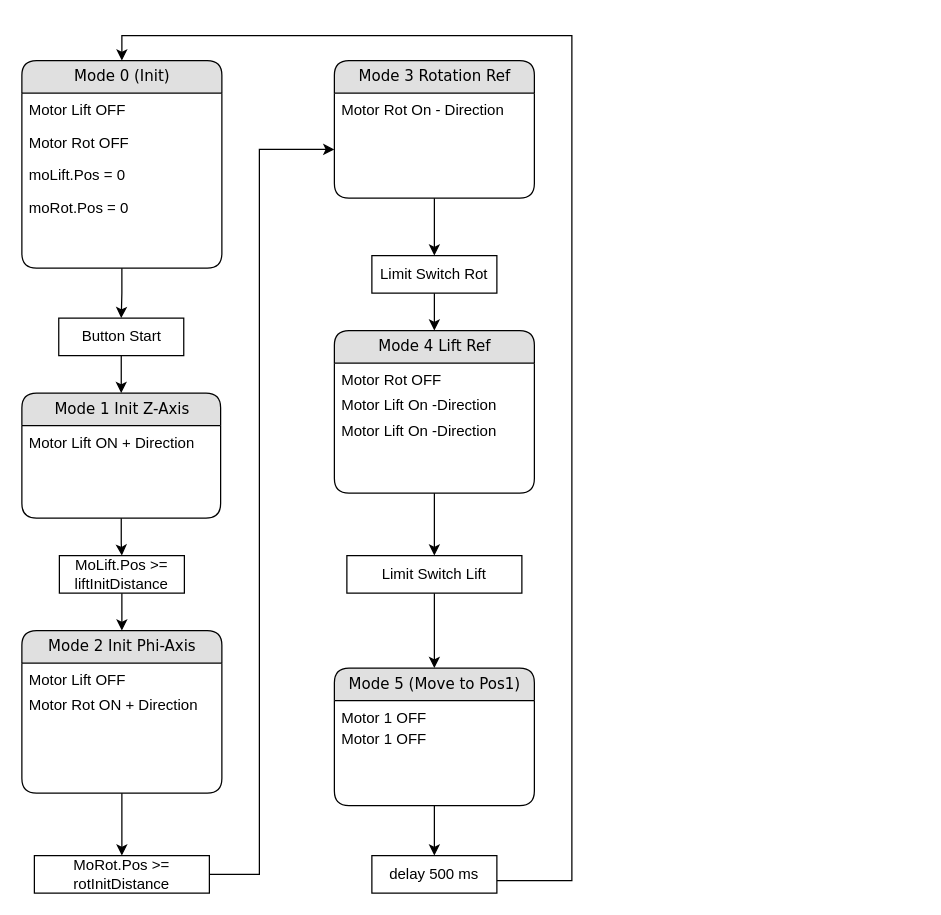
Above: Software/Flowchart_crane_control.drawio in valnim/PMS2022 (draw.io), before the change. Source tidied: cells renumbered, new cells numbered last; positions are measured from the earlier drawing's top-left corner, leaving out a move shared by most shapes. Both pictures are drawn from the tidied source at 125%, with x=0, y=0 at pixel (21, 35).
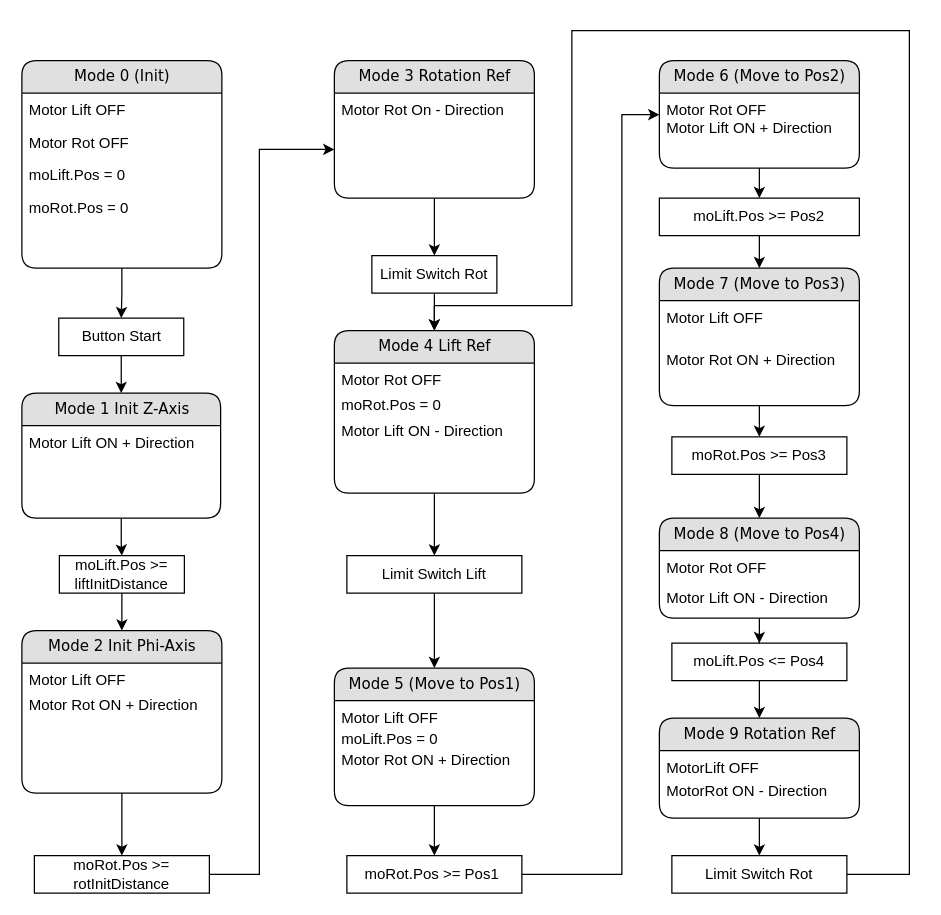
After the change.

Commit message:
Flowchart Crane Control V2

The change refers to these unchanged cells:
```xml
<mxCell id="3" value="Mode 0 (Init)" style="swimlane;html=1;fontStyle=0;horizontal=1;startSize=26;fillColor=#e0e0e0;swimlaneFillColor=#ffffff;align=center;rounded=1;shadow=0;comic=0;labelBackgroundColor=none;strokeWidth=1;fontFamily=Verdana;fontSize=12;" parent="2" vertex="1">
  <mxGeometry width="160" height="166" as="geometry" />
</mxCell>
<mxCell id="28" value="Mode 4 Lift Ref" style="swimlane;html=1;fontStyle=0;horizontal=1;startSize=26;fillColor=#e0e0e0;swimlaneFillColor=#ffffff;align=center;rounded=1;shadow=0;comic=0;labelBackgroundColor=none;strokeWidth=1;fontFamily=Verdana;fontSize=12;" parent="27" vertex="1">
  <mxGeometry width="160" height="130" as="geometry" />
</mxCell>
<mxCell id="35" value="Mode 5 (Move to Pos1)" style="swimlane;html=1;fontStyle=0;horizontal=1;startSize=26;fillColor=#e0e0e0;swimlaneFillColor=#ffffff;align=center;rounded=1;shadow=0;comic=0;labelBackgroundColor=none;strokeWidth=1;fontFamily=Verdana;fontSize=12;" parent="34" vertex="1">
  <mxGeometry width="160" height="110" as="geometry" />
</mxCell>
```

The edit, as a diff of the source:
```diff
@@
-    <mxCell id="13" value="MoLift.Pos &amp;gt;= liftInitDistance" style="rounded=0;whiteSpace=wrap;html=1;" parent="1" vertex="1">
+    <mxCell id="13" value="moLift.Pos &amp;gt;= liftInitDistance" style="rounded=0;whiteSpace=wrap;html=1;" parent="1" vertex="1">
       <mxGeometry x="30" y="416" width="100" height="30" as="geometry" />
     </mxCell>
@@
-    <mxCell id="18" value="MoRot.Pos &amp;gt;= rotInitDistance" style="rounded=0;whiteSpace=wrap;html=1;" parent="1" vertex="1">
+    <mxCell id="18" value="moRot.Pos &amp;gt;= rotInitDistance" style="rounded=0;whiteSpace=wrap;html=1;" parent="1" vertex="1">
       <mxGeometry x="10" y="656" width="140" height="30" as="geometry" />
     </mxCell>
@@
-    <mxCell id="30" value="Motor Lift On -Direction" style="text;html=1;strokeColor=none;fillColor=none;spacingLeft=4;spacingRight=4;whiteSpace=wrap;overflow=hidden;" parent="28" vertex="1">
+    <mxCell id="30" value="moRot.Pos = 0" style="text;html=1;strokeColor=none;fillColor=none;spacingLeft=4;spacingRight=4;whiteSpace=wrap;overflow=hidden;" parent="28" vertex="1">
       <mxGeometry y="46.4" width="160" height="20.4" as="geometry" />
     </mxCell>
-    <mxCell id="31" value="Motor Lift On -Direction" style="text;html=1;strokeColor=none;fillColor=none;spacingLeft=4;spacingRight=4;whiteSpace=wrap;overflow=hidden;" parent="28" vertex="1">
+    <mxCell id="31" value="Motor Lift ON - Direction" style="text;html=1;strokeColor=none;fillColor=none;spacingLeft=4;spacingRight=4;whiteSpace=wrap;overflow=hidden;" parent="28" vertex="1">
       <mxGeometry y="66.7" width="160" height="20.4" as="geometry" />
     </mxCell>
@@
-    <mxCell id="36" value="Motor 1 OFF" style="text;html=1;strokeColor=none;fillColor=none;spacingLeft=4;spacingRight=4;whiteSpace=wrap;overflow=hidden;" parent="35" vertex="1">
+    <mxCell id="36" value="Motor Lift OFF" style="text;html=1;strokeColor=none;fillColor=none;spacingLeft=4;spacingRight=4;whiteSpace=wrap;overflow=hidden;" parent="35" vertex="1">
       <mxGeometry y="26" width="160" height="17.2" as="geometry" />
     </mxCell>
-    <mxCell id="37" value="Motor 1 OFF" style="text;html=1;strokeColor=none;fillColor=none;spacingLeft=4;spacingRight=4;whiteSpace=wrap;overflow=hidden;" parent="35" vertex="1">
+    <mxCell id="37" value="moLift.Pos = 0" style="text;html=1;strokeColor=none;fillColor=none;spacingLeft=4;spacingRight=4;whiteSpace=wrap;overflow=hidden;" parent="35" vertex="1">
       <mxGeometry y="43.2" width="160" height="16.8" as="geometry" />
     </mxCell>
+    <mxCell id="45" value="Motor Rot ON + Direction" style="text;html=1;strokeColor=none;fillColor=none;spacingLeft=4;spacingRight=4;whiteSpace=wrap;overflow=hidden;" parent="35" vertex="1">
+      <mxGeometry y="60" width="160" height="16.8" as="geometry" />
+    </mxCell>
@@
-    <mxCell id="42" style="edgeStyle=orthogonalEdgeStyle;rounded=0;jettySize=auto;html=1;entryX=0.5;entryY=0;entryDx=0;entryDy=0;" parent="1" edge="1" source="43" target="3">
-      <mxGeometry relative="1" as="geometry">
-        <Array as="points">
-          <mxPoint x="440" y="676" />
-          <mxPoint x="440" />
-          <mxPoint x="80" />
-        </Array>
-      </mxGeometry>
-    </mxCell>
+    <mxCell id="46" style="edgeStyle=orthogonalEdgeStyle;rounded=0;jettySize=auto;html=1;entryX=0;entryY=0.5;entryDx=0;entryDy=0;" parent="1" edge="1" source="43" target="49">
+      <mxGeometry relative="1" as="geometry">
+        <Array as="points">
+          <mxPoint x="480" y="671" />
+          <mxPoint x="480" y="63" />
+        </Array>
+      </mxGeometry>
+    </mxCell>
-    <mxCell id="43" value="delay 500 ms" style="rounded=0;whiteSpace=wrap;html=1;" parent="1" vertex="1">
-      <mxGeometry x="280" y="656" width="100" height="30" as="geometry" />
+    <mxCell id="43" value="moRot.Pos &amp;gt;= Pos1&amp;nbsp;" style="rounded=0;whiteSpace=wrap;html=1;" parent="1" vertex="1">
+      <mxGeometry x="260" y="656" width="140" height="30" as="geometry" />
     </mxCell>
@@
+    <mxCell id="47" style="group;" parent="1" vertex="1">
+      <mxGeometry x="510" y="20" width="160" height="86" as="geometry" />
+    </mxCell>
+    <mxCell id="48" value="Mode 6 (Move to Pos2)" style="swimlane;html=1;fontStyle=0;horizontal=1;startSize=26;fillColor=#e0e0e0;swimlaneFillColor=#ffffff;align=center;rounded=1;shadow=0;comic=0;labelBackgroundColor=none;strokeWidth=1;fontFamily=Verdana;fontSize=12;" parent="47" vertex="1">
+      <mxGeometry width="160" height="86" as="geometry" />
+    </mxCell>
+    <mxCell id="49" value="Motor Rot OFF&lt;br style=&quot;font-size: 12px;&quot;&gt;Motor Lift ON + Direction" style="text;html=1;strokeColor=none;fillColor=none;spacingLeft=4;spacingRight=4;whiteSpace=wrap;overflow=hidden;points=[[0,0.5],[1,0.5]];portConstraint=eastwest;fontSize=12;spacingBottom=2;" parent="48" vertex="1">
+      <mxGeometry y="26" width="160" height="34.4" as="geometry" />
+    </mxCell>
+    <mxCell id="50" style="group;" parent="1" vertex="1">
+      <mxGeometry x="510" y="216" width="160" height="90" as="geometry" />
+    </mxCell>
+    <mxCell id="51" value="Mode 7 (Move to Pos3)" style="swimlane;html=1;fontStyle=0;horizontal=1;startSize=26;fillColor=#e0e0e0;swimlaneFillColor=#ffffff;align=center;rounded=1;shadow=0;comic=0;labelBackgroundColor=none;strokeWidth=1;fontFamily=Verdana;fontSize=12;" parent="50" vertex="1">
+      <mxGeometry y="-30" width="160" height="110" as="geometry" />
+    </mxCell>
+    <mxCell id="52" value="Motor Lift OFF" style="text;html=1;strokeColor=none;fillColor=none;spacingLeft=4;spacingRight=4;whiteSpace=wrap;overflow=hidden;" parent="51" vertex="1">
+      <mxGeometry y="26" width="160" height="34.1" as="geometry" />
+    </mxCell>
+    <mxCell id="53" value="Motor Rot ON + Direction" style="text;html=1;strokeColor=none;fillColor=none;spacingLeft=4;spacingRight=4;whiteSpace=wrap;overflow=hidden;" parent="51" vertex="1">
+      <mxGeometry y="60.1" width="160" height="29.9" as="geometry" />
+    </mxCell>
+    <mxCell id="54" style="edgeStyle=orthogonalEdgeStyle;rounded=0;jettySize=auto;html=1;entryX=0.5;entryY=0;entryDx=0;entryDy=0;" parent="1" edge="1" source="55" target="51">
+      <mxGeometry relative="1" as="geometry" />
+    </mxCell>
+    <mxCell id="55" value="moLift.Pos &amp;gt;= Pos2" style="rounded=0;whiteSpace=wrap;html=1;" parent="1" vertex="1">
+      <mxGeometry x="510" y="130" width="160" height="30" as="geometry" />
+    </mxCell>
+    <mxCell id="56" style="group;" parent="1" vertex="1">
+      <mxGeometry x="510" y="386" width="160" height="90" as="geometry" />
+    </mxCell>
+    <mxCell id="57" value="Mode 8 (Move to Pos4)" style="swimlane;html=1;fontStyle=0;horizontal=1;startSize=26;fillColor=#e0e0e0;swimlaneFillColor=#ffffff;align=center;rounded=1;shadow=0;comic=0;labelBackgroundColor=none;strokeWidth=1;fontFamily=Verdana;fontSize=12;" parent="56" vertex="1">
+      <mxGeometry width="160" height="80" as="geometry" />
+    </mxCell>
+    <mxCell id="58" value="Motor Rot OFF" style="text;html=1;strokeColor=none;fillColor=none;spacingLeft=4;spacingRight=4;whiteSpace=wrap;overflow=hidden;" parent="57" vertex="1">
+      <mxGeometry y="26" width="160" height="24" as="geometry" />
+    </mxCell>
+    <mxCell id="59" value="Motor Lift ON - Direction" style="text;html=1;strokeColor=none;fillColor=none;spacingLeft=4;spacingRight=4;whiteSpace=wrap;overflow=hidden;" parent="57" vertex="1">
+      <mxGeometry y="50" width="160" height="29.9" as="geometry" />
+    </mxCell>
+    <mxCell id="60" style="edgeStyle=orthogonalEdgeStyle;rounded=0;jettySize=auto;html=1;" parent="1" edge="1" source="61" target="57">
+      <mxGeometry relative="1" as="geometry" />
+    </mxCell>
+    <mxCell id="61" value="moRot.Pos &amp;gt;= Pos3" style="rounded=0;whiteSpace=wrap;html=1;" parent="1" vertex="1">
+      <mxGeometry x="520" y="321" width="140" height="30" as="geometry" />
+    </mxCell>
+    <mxCell id="62" style="edgeStyle=orthogonalEdgeStyle;rounded=0;jettySize=auto;html=1;exitX=0.5;exitY=1;exitDx=0;exitDy=0;" parent="1" edge="1" source="51" target="61">
+      <mxGeometry relative="1" as="geometry" />
+    </mxCell>
+    <mxCell id="63" style="edgeStyle=orthogonalEdgeStyle;rounded=0;jettySize=auto;html=1;fontSize=12;" parent="1" edge="1" source="64" target="67">
+      <mxGeometry relative="1" as="geometry" />
+    </mxCell>
+    <mxCell id="64" value="moLift.Pos &amp;lt;= Pos4" style="rounded=0;whiteSpace=wrap;html=1;" parent="1" vertex="1">
+      <mxGeometry x="520" y="486" width="140" height="30" as="geometry" />
+    </mxCell>
+    <mxCell id="65" style="edgeStyle=orthogonalEdgeStyle;rounded=0;jettySize=auto;html=1;entryX=0.5;entryY=0;entryDx=0;entryDy=0;" parent="1" edge="1" source="57" target="64">
+      <mxGeometry relative="1" as="geometry" />
+    </mxCell>
+    <mxCell id="66" style="group;" parent="1" vertex="1">
+      <mxGeometry x="510" y="546" width="160" height="80" as="geometry" />
+    </mxCell>
+    <mxCell id="67" value="Mode 9 Rotation Ref" style="swimlane;html=1;fontStyle=0;horizontal=1;startSize=26;fillColor=#e0e0e0;swimlaneFillColor=#ffffff;align=center;rounded=1;shadow=0;comic=0;labelBackgroundColor=none;strokeWidth=1;fontFamily=Verdana;fontSize=12;" parent="66" vertex="1">
+      <mxGeometry width="160" height="80" as="geometry" />
+    </mxCell>
+    <mxCell id="68" value="MotorLift OFF" style="text;html=1;strokeColor=none;fillColor=none;spacingLeft=4;spacingRight=4;whiteSpace=wrap;overflow=hidden;" parent="67" vertex="1">
+      <mxGeometry y="26" width="160" height="19.2" as="geometry" />
+    </mxCell>
+    <mxCell id="69" value="MotorRot ON - Direction" style="text;html=1;strokeColor=none;fillColor=none;spacingLeft=4;spacingRight=4;whiteSpace=wrap;overflow=hidden;" parent="67" vertex="1">
+      <mxGeometry y="45.2" width="160" height="18.5" as="geometry" />
+    </mxCell>
+    <mxCell id="70" style="edgeStyle=orthogonalEdgeStyle;rounded=0;jettySize=auto;html=1;fontSize=12;" parent="1" edge="1" source="71">
+      <mxGeometry relative="1" as="geometry">
+        <mxPoint x="330" y="236" as="targetPoint" />
+        <Array as="points">
+          <mxPoint x="710" y="671" />
+          <mxPoint x="710" y="-4" />
+          <mxPoint x="440" y="-4" />
+          <mxPoint x="440" y="216" />
+          <mxPoint x="330" y="216" />
+          <mxPoint x="330" y="236" />
+        </Array>
+      </mxGeometry>
+    </mxCell>
+    <mxCell id="71" value="Limit Switch Rot" style="rounded=0;whiteSpace=wrap;html=1;" parent="1" vertex="1">
+      <mxGeometry x="520" y="656" width="140" height="30" as="geometry" />
+    </mxCell>
+    <mxCell id="72" style="edgeStyle=orthogonalEdgeStyle;rounded=0;jettySize=auto;html=1;entryX=0.5;entryY=0;entryDx=0;entryDy=0;" parent="1" edge="1" source="67" target="71">
+      <mxGeometry relative="1" as="geometry" />
+    </mxCell>
+    <mxCell id="73" style="edgeStyle=orthogonalEdgeStyle;rounded=0;jettySize=auto;html=1;entryX=0.5;entryY=0;entryDx=0;entryDy=0;fontSize=12;" parent="1" edge="1" source="48" target="55">
+      <mxGeometry relative="1" as="geometry" />
+    </mxCell>
```
